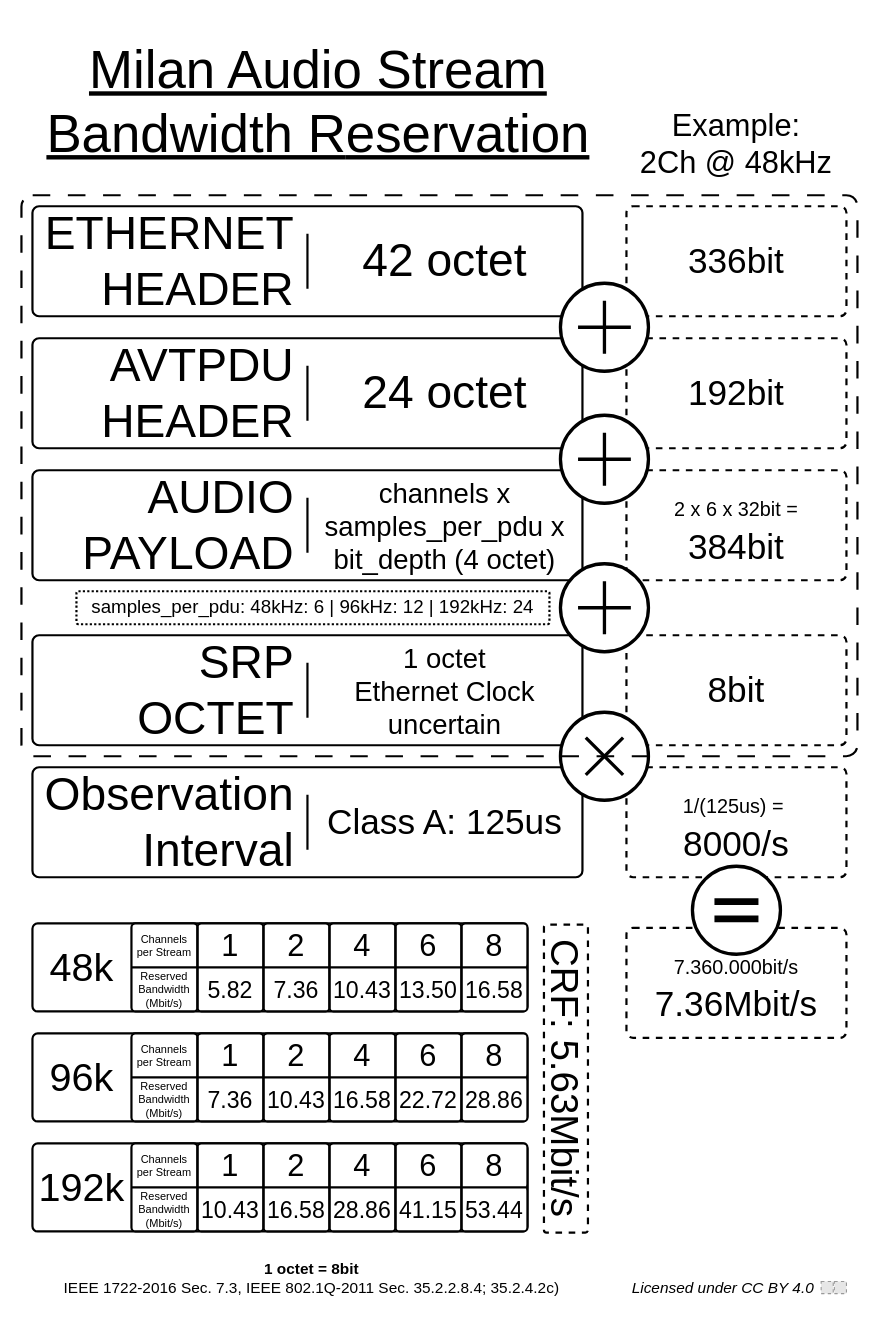
Above: page "AVTP" (1 of 2) of msrp_details.drawio in avb-academy/msrp_milan_cheat_sheet (draw.io), before the change. Source tidied: cells renumbered, new cells numbered last; positions are measured from the earlier drawing's top-left corner, leaving out a move shared by most shapes. Both pictures are drawn from the tidied source at 110%, with x=0, y=0 at pixel (21, 19). Pictures stored in the file or linked from it are replaced by grey dashed boxes.
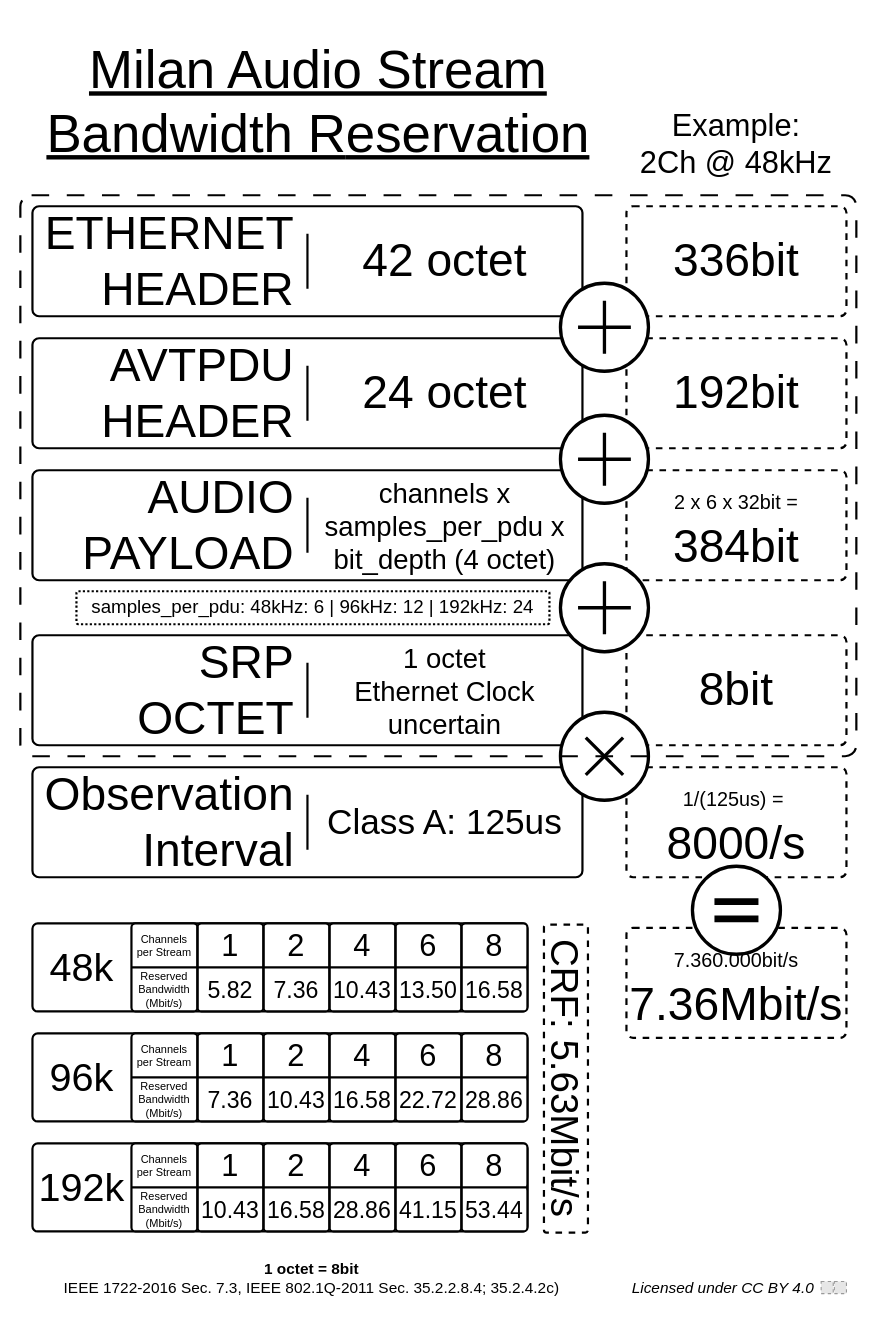
The same diagram, later.

Diff of the diagram source:
```diff
@@
-    <mxCell id="5" value="336bit" style="rounded=1;whiteSpace=wrap;html=1;dashed=1;fontSize=32;fillColor=default;strokeWidth=2;arcSize=6;" parent="1" vertex="1">
+    <mxCell id="5" value="336bit" style="rounded=1;whiteSpace=wrap;html=1;dashed=1;fontSize=42;fillColor=default;strokeWidth=2;arcSize=6;" parent="1" vertex="1">
       <mxGeometry x="550" y="170" width="200" height="100" as="geometry" />
     </mxCell>
-    <mxCell id="6" value="192bit" style="rounded=1;whiteSpace=wrap;html=1;dashed=1;fontSize=32;fillColor=default;strokeWidth=2;arcSize=6;" parent="1" vertex="1">
+    <mxCell id="6" value="192bit" style="rounded=1;whiteSpace=wrap;html=1;dashed=1;fontSize=42;fillColor=default;strokeWidth=2;arcSize=6;" parent="1" vertex="1">
       <mxGeometry x="550" y="290" width="200" height="100" as="geometry" />
     </mxCell>
-    <mxCell id="7" value="&lt;font style=&quot;font-size: 18px;&quot;&gt;2 x 6 x 32bit =&lt;/font&gt;&lt;div&gt;384bit&lt;/div&gt;" style="rounded=1;whiteSpace=wrap;html=1;dashed=1;fontSize=32;fillColor=default;strokeWidth=2;arcSize=6;" parent="1" vertex="1">
+    <mxCell id="7" value="&lt;font style=&quot;font-size: 18px;&quot;&gt;2 x 6 x 32bit =&lt;/font&gt;&lt;div&gt;&lt;font style=&quot;font-size: 42px;&quot;&gt;384bit&lt;/font&gt;&lt;/div&gt;" style="rounded=1;whiteSpace=wrap;html=1;dashed=1;fontSize=32;fillColor=default;strokeWidth=2;arcSize=6;" parent="1" vertex="1">
       <mxGeometry x="550" y="410" width="200" height="100" as="geometry" />
     </mxCell>
-    <mxCell id="8" value="8bit" style="rounded=1;whiteSpace=wrap;html=1;dashed=1;fontSize=32;fillColor=default;strokeWidth=2;arcSize=6;" parent="1" vertex="1">
+    <mxCell id="8" value="8bit" style="rounded=1;whiteSpace=wrap;html=1;dashed=1;fontSize=42;fillColor=default;strokeWidth=2;arcSize=6;" parent="1" vertex="1">
       <mxGeometry x="550" y="560" width="200" height="100" as="geometry" />
     </mxCell>
-    <mxCell id="9" value="&lt;div&gt;&lt;span style=&quot;font-size: 18px;&quot;&gt;1/(125us) =&amp;nbsp;&lt;/span&gt;&lt;/div&gt;&lt;div&gt;8000/s&lt;/div&gt;" style="rounded=1;whiteSpace=wrap;html=1;dashed=1;fontSize=32;fillColor=default;strokeWidth=2;arcSize=6;" parent="1" vertex="1">
+    <mxCell id="9" value="&lt;div&gt;&lt;span style=&quot;font-size: 18px;&quot;&gt;1/(125us) =&amp;nbsp;&lt;/span&gt;&lt;/div&gt;&lt;div&gt;&lt;font style=&quot;font-size: 42px;&quot;&gt;8000/s&lt;/font&gt;&lt;/div&gt;" style="rounded=1;whiteSpace=wrap;html=1;dashed=1;fontSize=32;fillColor=default;strokeWidth=2;arcSize=6;" parent="1" vertex="1">
       <mxGeometry x="550" y="680" width="200" height="100" as="geometry" />
     </mxCell>
-    <mxCell id="10" value="&lt;div&gt;&lt;span style=&quot;font-size: 18px;&quot;&gt;7.360.000bit/s&lt;/span&gt;&lt;/div&gt;&lt;div&gt;7.36Mbit/s&lt;/div&gt;" style="rounded=1;whiteSpace=wrap;html=1;dashed=1;fontSize=32;fillColor=default;strokeWidth=2;arcSize=6;" parent="1" vertex="1">
+    <mxCell id="10" value="&lt;div&gt;&lt;span style=&quot;font-size: 18px;&quot;&gt;7.360.000bit/s&lt;/span&gt;&lt;/div&gt;&lt;div&gt;&lt;font style=&quot;font-size: 42px;&quot;&gt;7.36Mbit/s&lt;/font&gt;&lt;/div&gt;" style="rounded=1;whiteSpace=wrap;html=1;dashed=1;fontSize=32;fillColor=default;strokeWidth=2;arcSize=6;" parent="1" vertex="1">
       <mxGeometry x="550" y="826" width="200" height="100" as="geometry" />
     </mxCell>
@@
     <mxCell id="110" style="rounded=1;whiteSpace=wrap;html=1;strokeColor=default;strokeWidth=2;align=center;verticalAlign=middle;fontFamily=Helvetica;fontSize=35;fontColor=default;fillColor=none;dashed=1;arcSize=2;dashPattern=8 8;" parent="1" vertex="1">
-      <mxGeometry y="160" width="760" height="510" as="geometry" />
+      <mxGeometry x="-1" y="160" width="760" height="510" as="geometry" />
     </mxCell>
```
